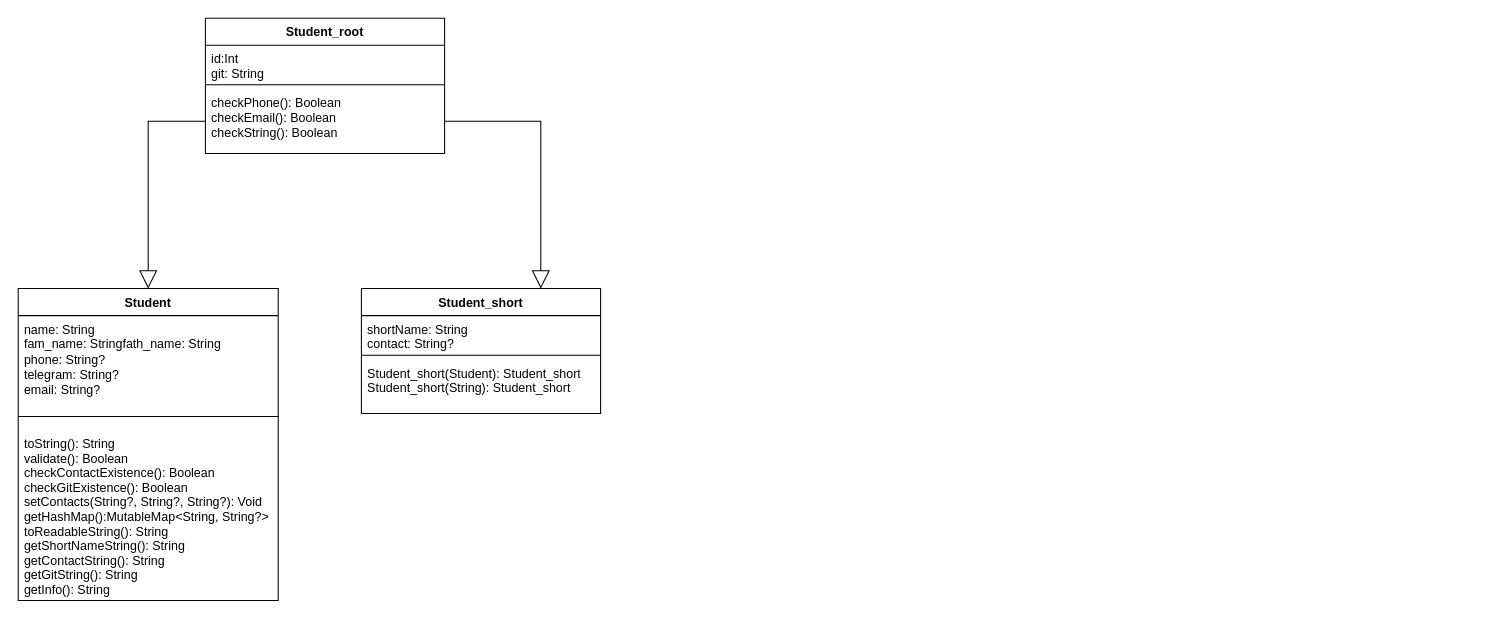
Before: Diagram.drawio in Nakoren/Study-patterns, a draw.io diagram. Source tidied: cells renumbered, new cells numbered last; positions are measured from the earlier drawing's top-left corner, leaving out a move shared by most shapes. Both pictures are drawn from the tidied source at 104%, with x=0, y=0 at pixel (18, 18).
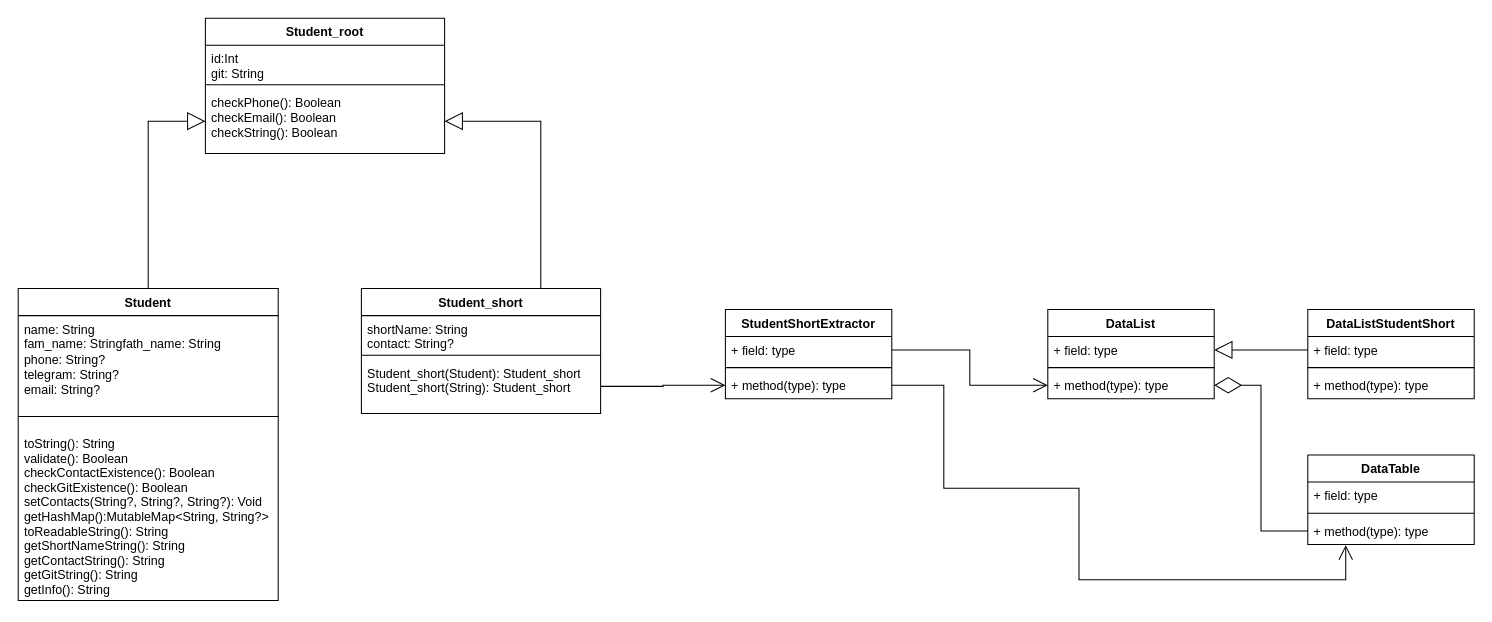
The same diagram, later.

The change refers to these unchanged cells:
```xml
<mxCell id="2" value="Student" style="swimlane;fontStyle=1;align=center;verticalAlign=top;horizontal=1;startSize=26;rounded=0;shadow=0;strokeWidth=1;" parent="1" vertex="1">
  <mxGeometry y="260" width="250" height="300" as="geometry" />
</mxCell>
<mxCell id="6" value="Student_short" style="swimlane;fontStyle=1;align=center;verticalAlign=top;horizontal=1;startSize=26;whiteSpace=wrap;html=1;" parent="1" vertex="1">
  <mxGeometry x="330" y="260" width="230" height="120" as="geometry" />
</mxCell>
<mxCell id="9" value="&lt;div&gt;&lt;span style=&quot;text-wrap: nowrap;&quot;&gt;Student_short(Student): Student_short&lt;/span&gt;&lt;/div&gt;&lt;div&gt;&lt;span style=&quot;text-wrap: nowrap;&quot;&gt;Student_short(String): Student_short&lt;/span&gt;&lt;/div&gt;" style="text;strokeColor=none;fillColor=none;align=left;verticalAlign=top;spacingLeft=4;spacingRight=4;overflow=hidden;points=[[0,0.5],[1,0.5]];portConstraint=eastwest;whiteSpace=wrap;html=1;" parent="6" vertex="1">
  <mxGeometry y="68" width="230" height="52" as="geometry" />
</mxCell>
<mxCell id="13" value="&lt;span style=&quot;text-wrap: nowrap;&quot;&gt;checkPhone(): Boolean&lt;/span&gt;&lt;br style=&quot;padding: 0px; margin: 0px; text-wrap: nowrap;&quot;&gt;&lt;span style=&quot;text-wrap: nowrap;&quot;&gt;checkEmail(): Boolean&lt;/span&gt;&lt;br style=&quot;padding: 0px; margin: 0px; text-wrap: nowrap;&quot;&gt;&lt;span style=&quot;text-wrap: nowrap;&quot;&gt;checkString(): Boolean&lt;/span&gt;" style="text;strokeColor=none;fillColor=none;align=left;verticalAlign=top;spacingLeft=4;spacingRight=4;overflow=hidden;points=[[0,0.5],[1,0.5]];portConstraint=eastwest;whiteSpace=wrap;html=1;" parent="10" vertex="1">
  <mxGeometry y="68" width="230" height="62" as="geometry" />
</mxCell>
```

Diff of the diagram source:
```diff
@@
-    <mxCell id="14" style="edgeStyle=orthogonalEdgeStyle;rounded=0;jettySize=auto;html=1;entryX=0.5;entryY=0;entryDx=0;entryDy=0;endArrow=block;endFill=0;endSize=15;" parent="1" edge="1" source="13" target="2">
+    <mxCell id="14" style="edgeStyle=orthogonalEdgeStyle;rounded=0;jettySize=auto;html=1;endArrow=block;endFill=0;endSize=15;exitX=0.5;exitY=0;exitDx=0;exitDy=0;entryX=0;entryY=0.5;entryDx=0;entryDy=0;" parent="1" edge="1" source="2" target="13">
       <mxGeometry relative="1" as="geometry" />
     </mxCell>
-    <mxCell id="15" style="edgeStyle=orthogonalEdgeStyle;rounded=0;jettySize=auto;html=1;entryX=0.75;entryY=0;entryDx=0;entryDy=0;endArrow=block;endFill=0;endSize=15;" parent="1" edge="1" source="13" target="6">
+    <mxCell id="15" style="edgeStyle=orthogonalEdgeStyle;rounded=0;jettySize=auto;html=1;endArrow=block;endFill=0;endSize=15;exitX=0.75;exitY=0;exitDx=0;exitDy=0;entryX=1;entryY=0.5;entryDx=0;entryDy=0;" parent="1" edge="1" source="6" target="13">
       <mxGeometry relative="1" as="geometry" />
     </mxCell>
+    <mxCell id="16" value="DataList" style="swimlane;fontStyle=1;align=center;verticalAlign=top;horizontal=1;startSize=26;whiteSpace=wrap;html=1;" parent="1" vertex="1">
+      <mxGeometry x="990" y="280" width="160" height="86" as="geometry" />
+    </mxCell>
+    <mxCell id="17" value="+ field: type" style="text;strokeColor=none;fillColor=none;align=left;verticalAlign=top;spacingLeft=4;spacingRight=4;overflow=hidden;points=[[0,0.5],[1,0.5]];portConstraint=eastwest;whiteSpace=wrap;html=1;" parent="16" vertex="1">
+      <mxGeometry y="26" width="160" height="26" as="geometry" />
+    </mxCell>
+    <mxCell id="18" style="line;strokeWidth=1;fillColor=none;align=left;verticalAlign=middle;spacingTop=-1;spacingLeft=3;spacingRight=3;labelPosition=right;strokeColor=inherit;" parent="16" vertex="1">
+      <mxGeometry y="52" width="160" height="8" as="geometry" />
+    </mxCell>
+    <mxCell id="19" value="+ method(type): type" style="text;strokeColor=none;fillColor=none;align=left;verticalAlign=top;spacingLeft=4;spacingRight=4;overflow=hidden;points=[[0,0.5],[1,0.5]];portConstraint=eastwest;whiteSpace=wrap;html=1;" parent="16" vertex="1">
+      <mxGeometry y="60" width="160" height="26" as="geometry" />
+    </mxCell>
+    <mxCell id="20" value="DataTable" style="swimlane;fontStyle=1;align=center;verticalAlign=top;horizontal=1;startSize=26;whiteSpace=wrap;html=1;" parent="1" vertex="1">
+      <mxGeometry x="1240" y="420" width="160" height="86" as="geometry" />
+    </mxCell>
+    <mxCell id="21" value="+ field: type" style="text;strokeColor=none;fillColor=none;align=left;verticalAlign=top;spacingLeft=4;spacingRight=4;overflow=hidden;whiteSpace=wrap;html=1;" parent="20" vertex="1">
+      <mxGeometry y="26" width="160" height="26" as="geometry" />
+    </mxCell>
+    <mxCell id="22" style="line;strokeWidth=1;fillColor=none;align=left;verticalAlign=middle;spacingTop=-1;spacingLeft=3;spacingRight=3;labelPosition=right;strokeColor=inherit;" parent="20" vertex="1">
+      <mxGeometry y="52" width="160" height="8" as="geometry" />
+    </mxCell>
+    <mxCell id="23" value="+ method(type): type" style="text;strokeColor=none;fillColor=none;align=left;verticalAlign=top;spacingLeft=4;spacingRight=4;overflow=hidden;points=[[0,0.5],[1,0.5]];portConstraint=eastwest;whiteSpace=wrap;html=1;" parent="20" vertex="1">
+      <mxGeometry y="60" width="160" height="26" as="geometry" />
+    </mxCell>
+    <mxCell id="24" value="DataListStudentShort" style="swimlane;fontStyle=1;align=center;verticalAlign=top;horizontal=1;startSize=26;whiteSpace=wrap;html=1;" parent="1" vertex="1">
+      <mxGeometry x="1240" y="280" width="160" height="86" as="geometry" />
+    </mxCell>
+    <mxCell id="25" value="+ field: type" style="text;strokeColor=none;fillColor=none;align=left;verticalAlign=top;spacingLeft=4;spacingRight=4;overflow=hidden;points=[[0,0.5],[1,0.5]];portConstraint=eastwest;whiteSpace=wrap;html=1;" parent="24" vertex="1">
+      <mxGeometry y="26" width="160" height="26" as="geometry" />
+    </mxCell>
+    <mxCell id="26" style="line;strokeWidth=1;fillColor=none;align=left;verticalAlign=middle;spacingTop=-1;spacingLeft=3;spacingRight=3;labelPosition=right;strokeColor=inherit;" parent="24" vertex="1">
+      <mxGeometry y="52" width="160" height="8" as="geometry" />
+    </mxCell>
+    <mxCell id="27" value="+ method(type): type" style="text;strokeColor=none;fillColor=none;align=left;verticalAlign=top;spacingLeft=4;spacingRight=4;overflow=hidden;whiteSpace=wrap;html=1;" parent="24" vertex="1">
+      <mxGeometry y="60" width="160" height="26" as="geometry" />
+    </mxCell>
+    <mxCell id="28" style="edgeStyle=orthogonalEdgeStyle;rounded=0;jettySize=auto;html=1;endArrow=block;endFill=0;endSize=15;exitX=0;exitY=0.5;exitDx=0;exitDy=0;entryX=1;entryY=0.5;entryDx=0;entryDy=0;" parent="1" edge="1" source="25" target="17">
+      <mxGeometry relative="1" as="geometry" />
+    </mxCell>
+    <mxCell id="29" style="endArrow=diamondThin;endFill=0;endSize=24;html=1;rounded=0;entryX=1;entryY=0.5;entryDx=0;entryDy=0;exitX=0;exitY=0.5;exitDx=0;exitDy=0;edgeStyle=orthogonalEdgeStyle;" parent="1" edge="1" source="23" target="19">
+      <mxGeometry relative="1" as="geometry" />
+    </mxCell>
+    <mxCell id="30" value="StudentShortExtractor" style="swimlane;fontStyle=1;align=center;verticalAlign=top;horizontal=1;startSize=26;whiteSpace=wrap;html=1;" parent="1" vertex="1">
+      <mxGeometry x="680" y="280" width="160" height="86" as="geometry" />
+    </mxCell>
+    <mxCell id="31" value="+ field: type" style="text;strokeColor=none;fillColor=none;align=left;verticalAlign=top;spacingLeft=4;spacingRight=4;overflow=hidden;points=[[0,0.5],[1,0.5]];portConstraint=eastwest;whiteSpace=wrap;html=1;" parent="30" vertex="1">
+      <mxGeometry y="26" width="160" height="26" as="geometry" />
+    </mxCell>
+    <mxCell id="32" style="line;strokeWidth=1;fillColor=none;align=left;verticalAlign=middle;spacingTop=-1;spacingLeft=3;spacingRight=3;labelPosition=right;strokeColor=inherit;" parent="30" vertex="1">
+      <mxGeometry y="52" width="160" height="8" as="geometry" />
+    </mxCell>
+    <mxCell id="33" value="+ method(type): type" style="text;strokeColor=none;fillColor=none;align=left;verticalAlign=top;spacingLeft=4;spacingRight=4;overflow=hidden;points=[[0,0.5],[1,0.5]];portConstraint=eastwest;whiteSpace=wrap;html=1;" parent="30" vertex="1">
+      <mxGeometry y="60" width="160" height="26" as="geometry" />
+    </mxCell>
+    <mxCell id="34" style="endArrow=open;endFill=1;endSize=12;html=1;rounded=0;entryX=0;entryY=0.5;entryDx=0;entryDy=0;exitX=1;exitY=0.5;exitDx=0;exitDy=0;edgeStyle=orthogonalEdgeStyle;" parent="1" edge="1" source="31" target="19">
+      <mxGeometry relative="1" as="geometry" />
+    </mxCell>
+    <mxCell id="35" style="endArrow=open;endFill=1;endSize=12;html=1;rounded=0;exitX=1;exitY=0.5;exitDx=0;exitDy=0;entryX=0.228;entryY=1.026;entryDx=0;entryDy=0;entryPerimeter=0;edgeStyle=orthogonalEdgeStyle;" parent="1" edge="1" source="33" target="23">
+      <mxGeometry relative="1" as="geometry">
+        <Array as="points">
+          <mxPoint x="890" y="353" />
+          <mxPoint x="890" y="452" />
+          <mxPoint x="1020" y="452" />
+          <mxPoint x="1020" y="540" />
+          <mxPoint x="1277" y="540" />
+        </Array>
+      </mxGeometry>
+    </mxCell>
+    <mxCell id="36" style="endArrow=open;endFill=1;endSize=12;html=1;rounded=0;exitX=1;exitY=0.5;exitDx=0;exitDy=0;entryX=0;entryY=0.5;entryDx=0;entryDy=0;edgeStyle=orthogonalEdgeStyle;" parent="1" edge="1" source="9" target="33">
+      <mxGeometry relative="1" as="geometry" />
+    </mxCell>
```
